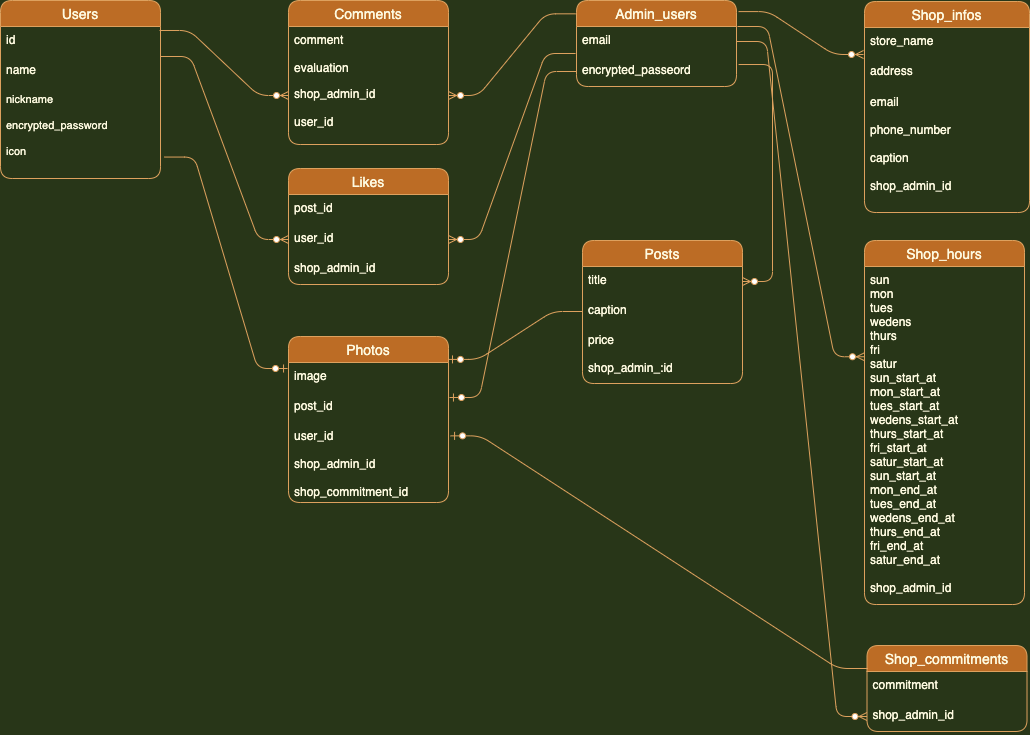
Before: buzz-recipe Diagram.png, a diagram exported from draw.io (naoki-nakajima/buzz-recipe). Source tidied: cells renumbered, new cells last; positions are measured from the earlier drawing's top-left corner, leaving out a move shared by most shapes.
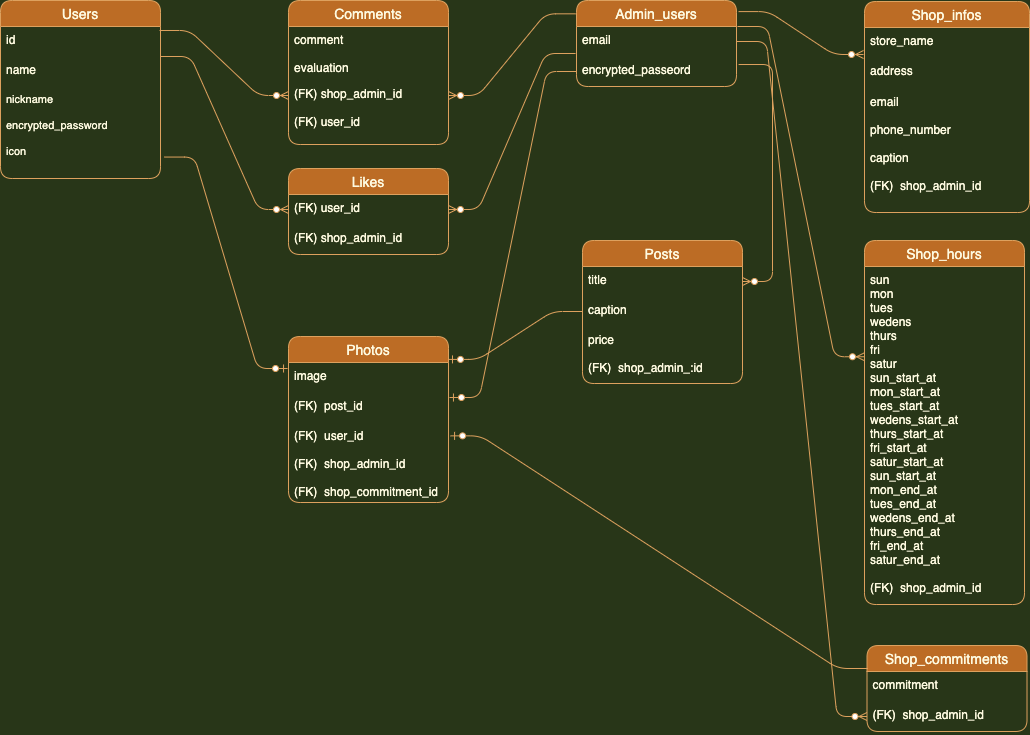
After the change.

Commit message:
er図カラムの編集

The edit, as a diff of the source:
```diff
@@ -32,7 +32,7 @@
     <mxCell id="11" value="caption" style="text;strokeColor=none;fillColor=none;spacingLeft=4;spacingRight=4;overflow=hidden;points=[[0,0.5],[1,0.5]];portConstraint=eastwest;fontSize=12;rounded=1;fontColor=#FEFAE0;" parent="9" vertex="1">
       <mxGeometry y="56" width="160" height="30" as="geometry" />
     </mxCell>
-    <mxCell id="12" value="price&#10;&#10;shop_admin_:id" style="text;strokeColor=none;fillColor=none;spacingLeft=4;spacingRight=4;overflow=hidden;fontSize=12;rounded=1;fontColor=#FEFAE0;" parent="9" vertex="1">
+    <mxCell id="12" value="price&#10;&#10;(FK)  shop_admin_:id" style="text;strokeColor=none;fillColor=none;spacingLeft=4;spacingRight=4;overflow=hidden;fontSize=12;rounded=1;fontColor=#FEFAE0;" parent="9" vertex="1">
       <mxGeometry y="86" width="160" height="57" as="geometry" />
     </mxCell>
     <mxCell id="13" value="Comments" style="swimlane;fontStyle=0;horizontal=1;startSize=26;align=center;fontSize=14;rounded=1;fillColor=#BC6C25;strokeColor=#DDA15E;fontColor=#FEFAE0;" parent="1" vertex="1">
@@ -42,16 +42,13 @@
       <mxGeometry y="26" width="160" height="118" as="geometry" />
     </mxCell>
     <mxCell id="15" value="Likes" style="swimlane;fontStyle=0;horizontal=1;startSize=26;align=center;fontSize=14;rounded=1;fillColor=#BC6C25;strokeColor=#DDA15E;fontColor=#FEFAE0;" parent="1" vertex="1">
-      <mxGeometry x="288" y="168" width="160" height="116" as="geometry" />
+      <mxGeometry x="288" y="168" width="160" height="86" as="geometry" />
     </mxCell>
-    <mxCell id="16" value="post_id" style="text;strokeColor=none;fillColor=none;spacingLeft=4;spacingRight=4;overflow=hidden;fontSize=12;rounded=1;fontColor=#FEFAE0;" parent="15" vertex="1">
-      <mxGeometry y="26" width="160" height="30" as="geometry" />
-    </mxCell>
-    <mxCell id="17" value="user_id" style="text;strokeColor=none;fillColor=none;spacingLeft=4;spacingRight=4;overflow=hidden;points=[[0,0.5],[1,0.5]];portConstraint=eastwest;fontSize=12;rounded=1;fontColor=#FEFAE0;" parent="15" vertex="1">
-      <mxGeometry y="56" width="160" height="30" as="geometry" />
+    <mxCell id="17" value="(FK) user_id" style="text;strokeColor=none;fillColor=none;spacingLeft=4;spacingRight=4;overflow=hidden;points=[[0,0.5],[1,0.5]];portConstraint=eastwest;fontSize=12;rounded=1;fontColor=#FEFAE0;" parent="15" vertex="1">
+      <mxGeometry y="26" width="160" height="30" as="geometry" />
     </mxCell>
-    <mxCell id="18" value="shop_admin_id" style="text;strokeColor=none;fillColor=none;spacingLeft=4;spacingRight=4;overflow=hidden;fontSize=12;rounded=1;fontColor=#FEFAE0;" parent="15" vertex="1">
-      <mxGeometry y="86" width="160" height="30" as="geometry" />
+    <mxCell id="18" value="(FK) shop_admin_id" style="text;strokeColor=none;fillColor=none;spacingLeft=4;spacingRight=4;overflow=hidden;fontSize=12;rounded=1;fontColor=#FEFAE0;" parent="15" vertex="1">
+      <mxGeometry y="56" width="160" height="30" as="geometry" />
     </mxCell>
     <mxCell id="19" value="Photos" style="swimlane;fontStyle=0;horizontal=1;startSize=26;align=center;fontSize=14;rounded=1;fillColor=#BC6C25;strokeColor=#DDA15E;fontColor=#FEFAE0;" parent="1" vertex="1">
       <mxGeometry x="288" y="336" width="160" height="166" as="geometry" />
@@ -59,10 +56,10 @@
     <mxCell id="20" value="image" style="text;strokeColor=none;fillColor=none;spacingLeft=4;spacingRight=4;overflow=hidden;points=[[0,0.5],[1,0.5]];portConstraint=eastwest;fontSize=12;rounded=1;fontColor=#FEFAE0;" parent="19" vertex="1">
       <mxGeometry y="26" width="160" height="30" as="geometry" />
     </mxCell>
-    <mxCell id="21" value="post_id" style="text;strokeColor=none;fillColor=none;spacingLeft=4;spacingRight=4;overflow=hidden;points=[[0,0.5],[1,0.5]];portConstraint=eastwest;fontSize=12;rounded=1;fontColor=#FEFAE0;" parent="19" vertex="1">
+    <mxCell id="21" value="(FK)  post_id" style="text;strokeColor=none;fillColor=none;spacingLeft=4;spacingRight=4;overflow=hidden;points=[[0,0.5],[1,0.5]];portConstraint=eastwest;fontSize=12;rounded=1;fontColor=#FEFAE0;" parent="19" vertex="1">
       <mxGeometry y="56" width="160" height="30" as="geometry" />
     </mxCell>
-    <mxCell id="22" value="user_id&#10;&#10;shop_admin_id&#10;&#10;shop_commitment_id" style="text;strokeColor=none;fillColor=none;spacingLeft=4;spacingRight=4;overflow=hidden;points=[[0,0.5],[1,0.5]];portConstraint=eastwest;fontSize=12;rounded=1;fontColor=#FEFAE0;" parent="19" vertex="1">
+    <mxCell id="22" value="(FK)  user_id&#10;&#10;(FK)  shop_admin_id&#10;&#10;(FK)  shop_commitment_id" style="text;strokeColor=none;fillColor=none;spacingLeft=4;spacingRight=4;overflow=hidden;points=[[0,0.5],[1,0.5]];portConstraint=eastwest;fontSize=12;rounded=1;fontColor=#FEFAE0;" parent="19" vertex="1">
       <mxGeometry y="86" width="160" height="80" as="geometry" />
     </mxCell>
     <mxCell id="23" value="Shop_infos" style="swimlane;fontStyle=0;horizontal=1;startSize=26;align=center;fontSize=14;rounded=1;direction=east;fillColor=#BC6C25;strokeColor=#DDA15E;fontColor=#FEFAE0;" parent="1" vertex="1">
@@ -74,13 +71,13 @@
     <mxCell id="25" value="address" style="text;strokeColor=none;fillColor=none;spacingLeft=4;spacingRight=4;overflow=hidden;points=[[0,0.5],[1,0.5]];portConstraint=eastwest;fontSize=12;rounded=1;fontColor=#FEFAE0;" parent="23" vertex="1">
       <mxGeometry y="56" width="165" height="31" as="geometry" />
     </mxCell>
-    <mxCell id="26" value="email&#10;&#10;phone_number&#10;&#10;caption&#10;&#10;shop_admin_id" style="text;strokeColor=none;fillColor=none;spacingLeft=4;spacingRight=4;overflow=hidden;fontSize=12;rounded=1;fontColor=#FEFAE0;" parent="23" vertex="1">
+    <mxCell id="26" value="email&#10;&#10;phone_number&#10;&#10;caption&#10;&#10;(FK)  shop_admin_id" style="text;strokeColor=none;fillColor=none;spacingLeft=4;spacingRight=4;overflow=hidden;fontSize=12;rounded=1;fontColor=#FEFAE0;" parent="23" vertex="1">
       <mxGeometry y="87" width="165" height="124" as="geometry" />
     </mxCell>
     <mxCell id="27" value="Shop_hours" style="swimlane;fontStyle=0;horizontal=1;startSize=26;align=center;fontSize=14;rounded=1;fillColor=#BC6C25;strokeColor=#DDA15E;fontColor=#FEFAE0;" parent="1" vertex="1">
       <mxGeometry x="864" y="240" width="160" height="364" as="geometry" />
     </mxCell>
-    <mxCell id="28" value="sun&#10;mon&#10;tues&#10;wedens&#10;thurs&#10;fri&#10;satur&#10;sun_start_at&#10;mon_start_at&#10;tues_start_at&#10;wedens_start_at&#10;thurs_start_at&#10;fri_start_at&#10;satur_start_at&#10;sun_start_at&#10;mon_end_at&#10;tues_end_at&#10;wedens_end_at&#10;thurs_end_at&#10;fri_end_at&#10;satur_end_at&#10;&#10;shop_admin_id" style="text;strokeColor=none;fillColor=none;spacingLeft=4;spacingRight=4;overflow=hidden;points=[[0,0.5],[1,0.5]];portConstraint=eastwest;fontSize=12;rounded=1;fontColor=#FEFAE0;" parent="27" vertex="1">
+    <mxCell id="28" value="sun&#10;mon&#10;tues&#10;wedens&#10;thurs&#10;fri&#10;satur&#10;sun_start_at&#10;mon_start_at&#10;tues_start_at&#10;wedens_start_at&#10;thurs_start_at&#10;fri_start_at&#10;satur_start_at&#10;sun_start_at&#10;mon_end_at&#10;tues_end_at&#10;wedens_end_at&#10;thurs_end_at&#10;fri_end_at&#10;satur_end_at&#10;&#10;(FK)  shop_admin_id" style="text;strokeColor=none;fillColor=none;spacingLeft=4;spacingRight=4;overflow=hidden;points=[[0,0.5],[1,0.5]];portConstraint=eastwest;fontSize=12;rounded=1;fontColor=#FEFAE0;" parent="27" vertex="1">
       <mxGeometry y="26" width="160" height="338" as="geometry" />
     </mxCell>
     <mxCell id="29" value="Shop_commitments" style="swimlane;fontStyle=0;horizontal=1;startSize=26;align=center;fontSize=14;rounded=1;fillColor=#BC6C25;strokeColor=#DDA15E;fontColor=#FEFAE0;" parent="1" vertex="1">
@@ -89,7 +86,7 @@
     <mxCell id="30" value="commitment" style="text;strokeColor=none;fillColor=none;spacingLeft=4;spacingRight=4;overflow=hidden;points=[[0,0.5],[1,0.5]];portConstraint=eastwest;fontSize=12;rounded=1;fontColor=#FEFAE0;" parent="29" vertex="1">
       <mxGeometry y="26" width="160" height="30" as="geometry" />
     </mxCell>
-    <mxCell id="31" value="shop_admin_id" style="text;strokeColor=none;fillColor=none;spacingLeft=4;spacingRight=4;overflow=hidden;points=[[0,0.5],[1,0.5]];portConstraint=eastwest;fontSize=12;rounded=1;fontColor=#FEFAE0;" parent="29" vertex="1">
+    <mxCell id="31" value="(FK)  shop_admin_id" style="text;strokeColor=none;fillColor=none;spacingLeft=4;spacingRight=4;overflow=hidden;points=[[0,0.5],[1,0.5]];portConstraint=eastwest;fontSize=12;rounded=1;fontColor=#FEFAE0;" parent="29" vertex="1">
       <mxGeometry y="56" width="160" height="30" as="geometry" />
     </mxCell>
     <mxCell id="32" style="edgeStyle=entityRelationEdgeStyle;fontSize=12;html=1;endArrow=ERzeroToMany;endFill=1;entryX=0;entryY=0.5;entryDx=0;entryDy=0;exitX=0.994;exitY=0.133;exitDx=0;exitDy=0;exitPerimeter=0;labelBackgroundColor=#283618;strokeColor=#DDA15E;fontColor=#FEFAE0;" parent="1" edge="1" source="3" target="45">
@@ -128,10 +125,10 @@
     <mxCell id="43" style="edgeStyle=entityRelationEdgeStyle;fontSize=12;html=1;endArrow=ERzeroToMany;endFill=1;exitX=1.013;exitY=0.267;exitDx=0;exitDy=0;exitPerimeter=0;labelBackgroundColor=#283618;strokeColor=#DDA15E;fontColor=#FEFAE0;" parent="1" edge="1" source="8" target="10">
       <mxGeometry relative="1" as="geometry" />
     </mxCell>
-    <mxCell id="44" value="user_id&#10;" style="text;strokeColor=none;fillColor=none;spacingLeft=4;spacingRight=4;overflow=hidden;fontSize=12;rounded=1;fontColor=#FEFAE0;" parent="1" vertex="1">
+    <mxCell id="44" value="(FK) user_id&#10;" style="text;strokeColor=none;fillColor=none;spacingLeft=4;spacingRight=4;overflow=hidden;fontSize=12;rounded=1;fontColor=#FEFAE0;" parent="1" vertex="1">
       <mxGeometry x="288" y="108" width="160" height="34" as="geometry" />
     </mxCell>
-    <mxCell id="45" value="shop_admin_id&#10;&#10;&#10;" style="text;strokeColor=none;fillColor=none;spacingLeft=4;spacingRight=4;overflow=hidden;points=[[0,0.5],[1,0.5]];portConstraint=eastwest;fontSize=12;rounded=1;fontColor=#FEFAE0;" parent="1" vertex="1">
+    <mxCell id="45" value="(FK) shop_admin_id&#10;&#10;&#10;" style="text;strokeColor=none;fillColor=none;spacingLeft=4;spacingRight=4;overflow=hidden;points=[[0,0.5],[1,0.5]];portConstraint=eastwest;fontSize=12;rounded=1;fontColor=#FEFAE0;" parent="1" vertex="1">
       <mxGeometry x="288" y="80" width="160" height="30" as="geometry" />
     </mxCell>
   </root>
```
